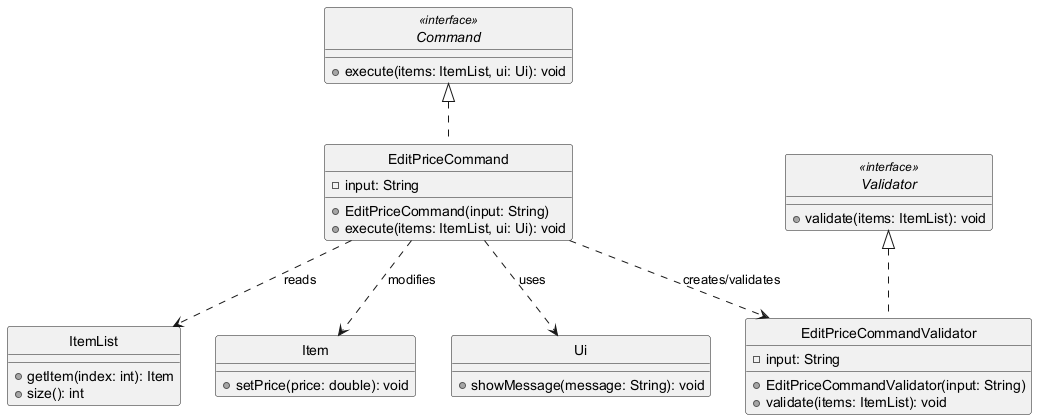
Before: docs/diagrams/EditPriceCommandClassDiagram.png, a diagram exported from PlantUML (adbsw/tp).
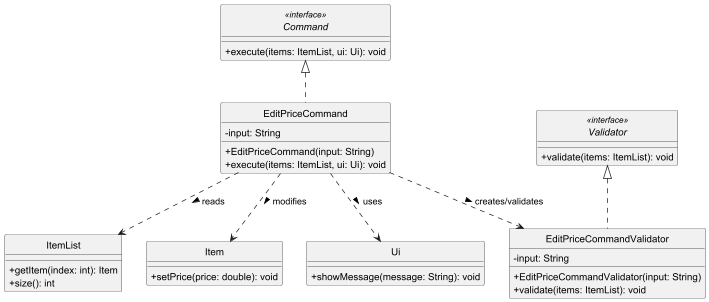
The same diagram one commit later.

The edit, as a diff of the source:
```diff
@@ -1,6 +1,7 @@
 @startuml
 skinparam monochrome true
 skinparam shadowing false
+skinparam classAttributeIconSize 0
 hide circle
 
 interface Command <<interface>> {
@@ -38,9 +39,9 @@
 
 Command <|.. EditPriceCommand
 Validator <|.. EditPriceCommandValidator
-EditPriceCommand ..> EditPriceCommandValidator : creates/validates
-EditPriceCommand ..> ItemList : reads
-EditPriceCommand ..> Item : modifies
-EditPriceCommand ..> Ui : uses
+EditPriceCommand ..> EditPriceCommandValidator : creates/validates >
+EditPriceCommand ..> ItemList : reads >
+EditPriceCommand ..> Item : modifies >
+EditPriceCommand ..> Ui : uses >
 
 @enduml
```
